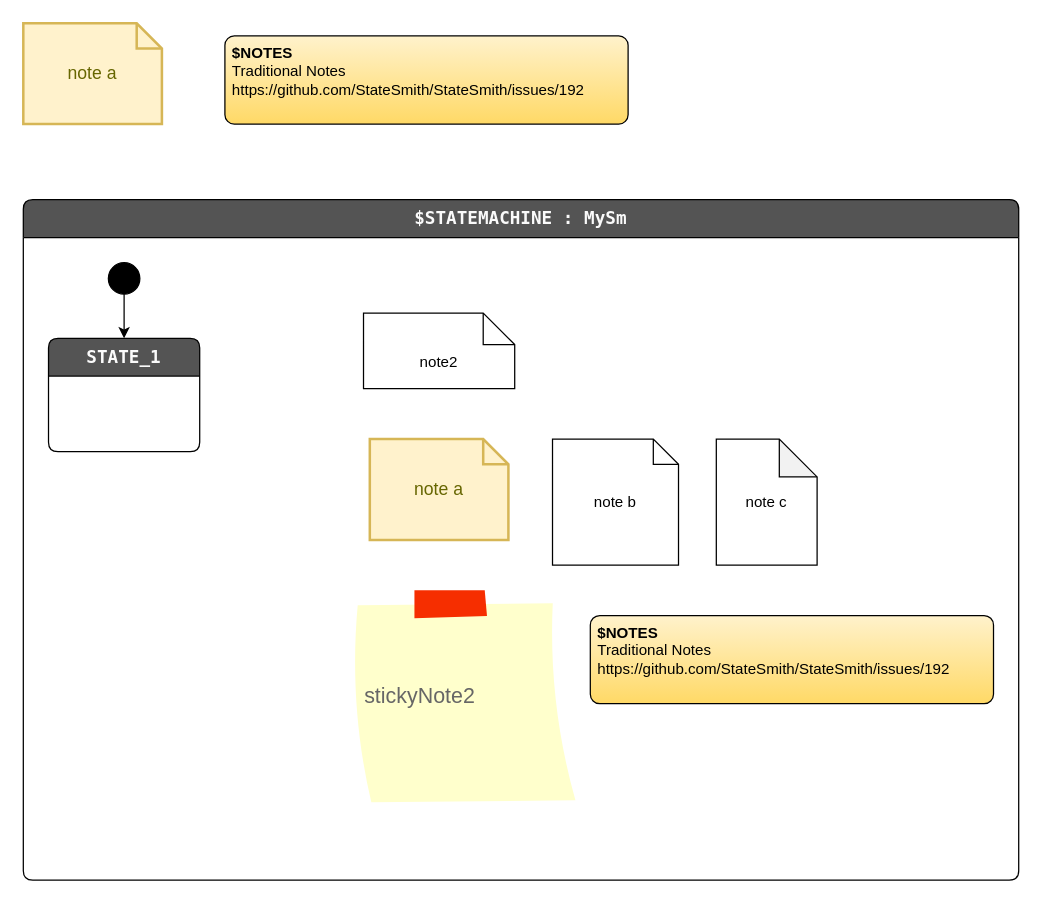
Earlier version of the draw.io diagram src/StateSmithTest/Input/DrawIo/NotesTest.drawio (StateSmith/StateSmith). Source tidied: cells renumbered, new cells numbered last; positions are measured from the earlier drawing's top-left corner, leaving out a move shared by most shapes. Both pictures are drawn from the tidied source at 126%, with x=0, y=0 at pixel (23, 23).
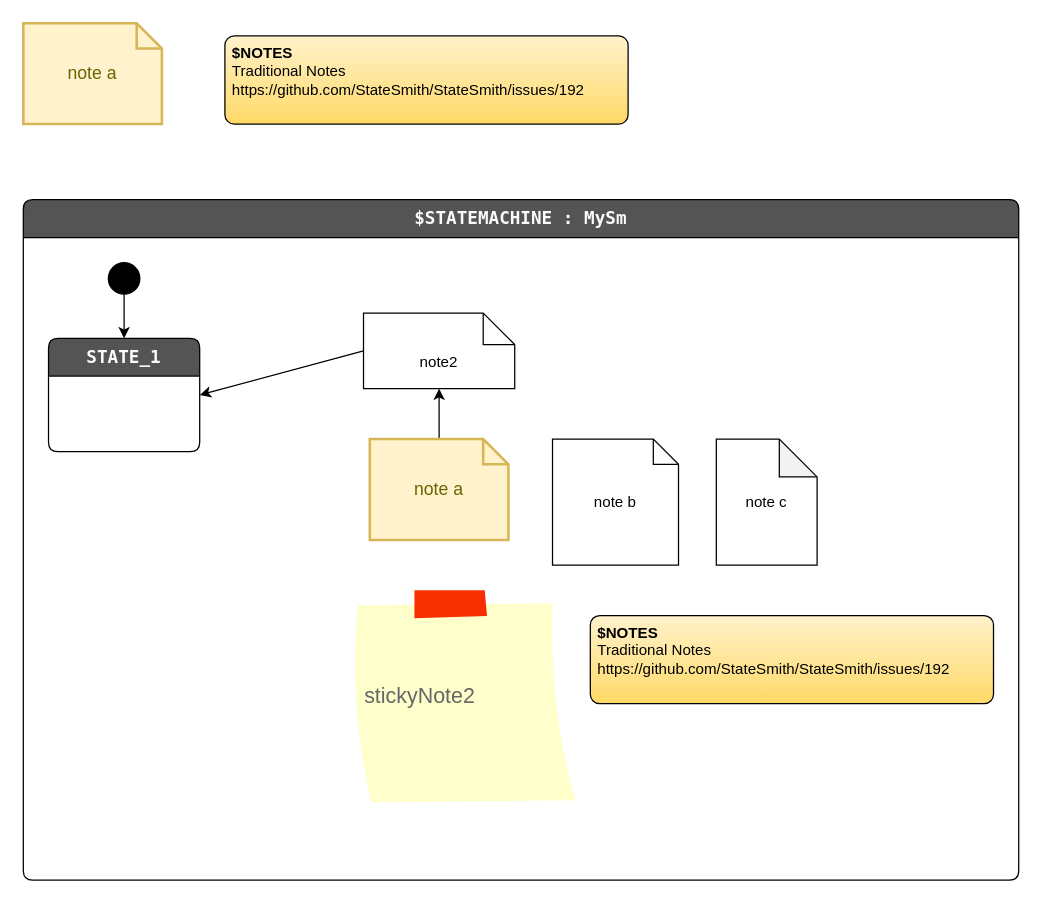
Above is the later version.

Commit message (it also covers changes not shown here):
Notes validation changes. #190

The edit, as a diff of the source:
```diff
@@
 <mxGraphModel>
   <root>
     <mxCell id="0" />
     <mxCell id="1" parent="0" />
     <mxCell id="2" value="$STATEMACHINE : MySm" style="shape=swimlane;align=center;verticalAlign=top;fontFamily=Lucida Console;startSize=30;fontSize=14;fontStyle=1;fontColor=#FAFAFA;fillColor=#545454;swimlaneFillColor=default;rounded=1;arcSize=15;absoluteArcSize=1;comic=0;" parent="1" vertex="1">
       <mxGeometry y="140" width="790" height="540" as="geometry" />
     </mxCell>
     <mxCell id="3" value=" " style="fontFamily=Lucida Console;align=left;verticalAlign=top;fillColor=none;gradientColor=none;strokeColor=none;rounded=0;spacingLeft=4;comic=0;" parent="2" vertex="1">
       <mxGeometry y="30" width="30" height="20" as="geometry" />
     </mxCell>
     <mxCell id="4" value="$initial_state" style="shape=ellipse;fillColor=#000000;noLabel=1;comic=0;" parent="2" vertex="1">
       <mxGeometry x="67.5" y="50" width="25" height="25" as="geometry" />
     </mxCell>
-    <mxCell id="5" value="STATE_1" style="shape=swimlane;align=center;verticalAlign=top;fontFamily=Lucida Console;startSize=30;fontSize=14;fontStyle=1;fontColor=#FAFAFA;fillColor=#545454;swimlaneFillColor=default;rounded=1;arcSize=15;absoluteArcSize=1;comic=0;" parent="2" vertex="1">
+    <mxCell id="5" value="STATE_1" style="shape=swimlane;align=center;verticalAlign=top;fontFamily=Lucida Console;startSize=30;fontSize=14;fontStyle=1;fontColor=#FAFAFA;fillColor=#545454;swimlaneFillColor=default;rounded=1;arcSize=15;absoluteArcSize=1;comic=0;STATESMITH_NOTES_VERTEX;" parent="2" vertex="1">
       <mxGeometry x="20" y="110" width="120" height="90" as="geometry" />
     </mxCell>
     <mxCell id="6" style="fontFamily=Lucida Console;align=left;verticalAlign=top;fillColor=none;gradientColor=none;strokeColor=none;rounded=0;spacingLeft=4;comic=0;" parent="5" vertex="1">
       <mxGeometry y="30" width="50" height="40" as="geometry" />
     </mxCell>
     <mxCell id="7" parent="2" edge="1" source="4" target="5">
       <mxGeometry relative="1" as="geometry" />
     </mxCell>
     <mxCell id="8" value="note c" style="shape=note;whiteSpace=wrap;html=1;backgroundOutline=1;darkOpacity=0.05;" parent="2" vertex="1">
       <mxGeometry x="550" y="190" width="80" height="100" as="geometry" />
     </mxCell>
     <mxCell id="9" value="note b" style="shape=note;size=20;whiteSpace=wrap;html=1;" parent="2" vertex="1">
       <mxGeometry x="420" y="190" width="100" height="100" as="geometry" />
     </mxCell>
     <mxCell id="10" value="stickyNote2" style="strokeWidth=1;shadow=0;dashed=0;align=left;html=1;shape=mxgraph.mockup.text.stickyNote2;fontColor=#666666;mainText=;fontSize=17;whiteSpace=wrap;fillColor=#ffffcc;strokeColor=#F62E00;spacingLeft=9;" parent="2" vertex="1">
       <mxGeometry x="260" y="310" width="180" height="170" as="geometry" />
     </mxCell>
+    <mxCell id="16" style="rounded=0;jettySize=auto;html=1;exitX=0;exitY=0.5;exitDx=0;exitDy=0;exitPerimeter=0;entryX=1;entryY=0.5;entryDx=0;entryDy=0;" parent="2" edge="1" source="11" target="5">
+      <mxGeometry relative="1" as="geometry" />
+    </mxCell>
     <mxCell id="11" value="note2" style="shape=note2;boundedLbl=1;whiteSpace=wrap;html=1;size=25;verticalAlign=top;align=center;" parent="2" vertex="1">
       <mxGeometry x="270" y="90" width="120" height="60" as="geometry" />
     </mxCell>
+    <mxCell id="17" style="edgeStyle=orthogonalEdgeStyle;rounded=0;jettySize=auto;html=1;" parent="2" edge="1" source="12" target="11">
+      <mxGeometry relative="1" as="geometry" />
+    </mxCell>
     <mxCell id="12" value="note a" style="shape=note;strokeWidth=2;fontSize=14;size=20;whiteSpace=wrap;html=1;fillColor=#fff2cc;strokeColor=#d6b656;fontColor=#666600;" parent="2" vertex="1">
       <mxGeometry x="275" y="190" width="110" height="80" as="geometry" />
     </mxCell>
     <mxCell id="13" value="&lt;b&gt;$NOTES&lt;/b&gt;&lt;br&gt;Traditional Notes&lt;br&gt;https://github.com/StateSmith/StateSmith/issues/192&amp;nbsp;&amp;nbsp;" style="shape=rectangle;rounded=1;arcSize=15;absoluteArcSize=1;align=left;verticalAlign=top;whiteSpace=wrap;html=1;spacingLeft=4;strokeWidth=1;strokeColor=default;fillColor=#fff2cc;fontColor=#000000;gradientColor=#ffd966;" parent="2" vertex="1">
       <mxGeometry x="450" y="330" width="320" height="70" as="geometry" />
     </mxCell>
     <mxCell id="14" value="note a" style="shape=note;strokeWidth=2;fontSize=14;size=20;whiteSpace=wrap;html=1;fillColor=#fff2cc;strokeColor=#d6b656;fontColor=#666600;" parent="1" vertex="1">
       <mxGeometry width="110" height="80" as="geometry" />
     </mxCell>
     <mxCell id="15" value="&lt;b&gt;$NOTES&lt;/b&gt;&lt;br&gt;Traditional Notes&lt;br&gt;https://github.com/StateSmith/StateSmith/issues/192&amp;nbsp;&amp;nbsp;" style="shape=rectangle;rounded=1;arcSize=15;absoluteArcSize=1;align=left;verticalAlign=top;whiteSpace=wrap;html=1;spacingLeft=4;strokeWidth=1;strokeColor=default;fillColor=#fff2cc;fontColor=#000000;gradientColor=#ffd966;" parent="1" vertex="1">
       <mxGeometry x="160" y="10" width="320" height="70" as="geometry" />
     </mxCell>
   </root>
 </mxGraphModel>
```
